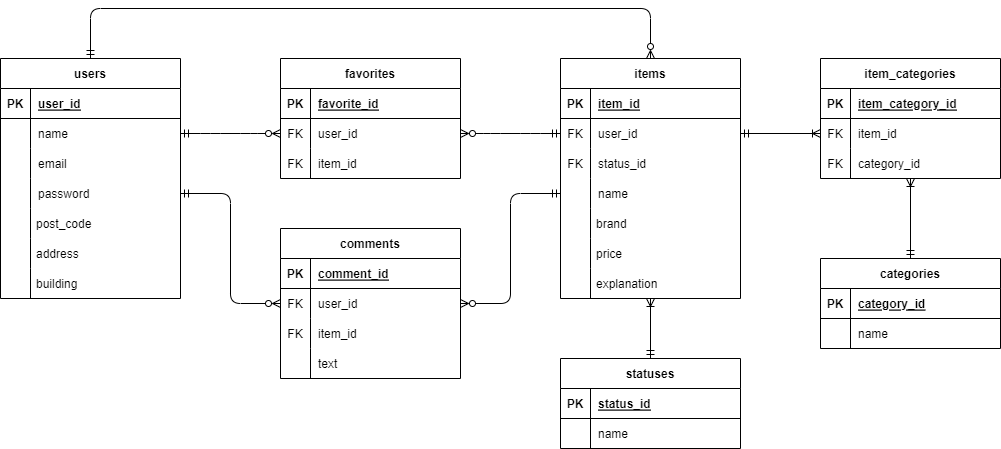
Above: market/market.drawio.png in nakagawa1573/images (draw.io), before the change. Source tidied: cells renumbered, new cells last; positions are measured from the earlier drawing's top-left corner, leaving out a move shared by most shapes.
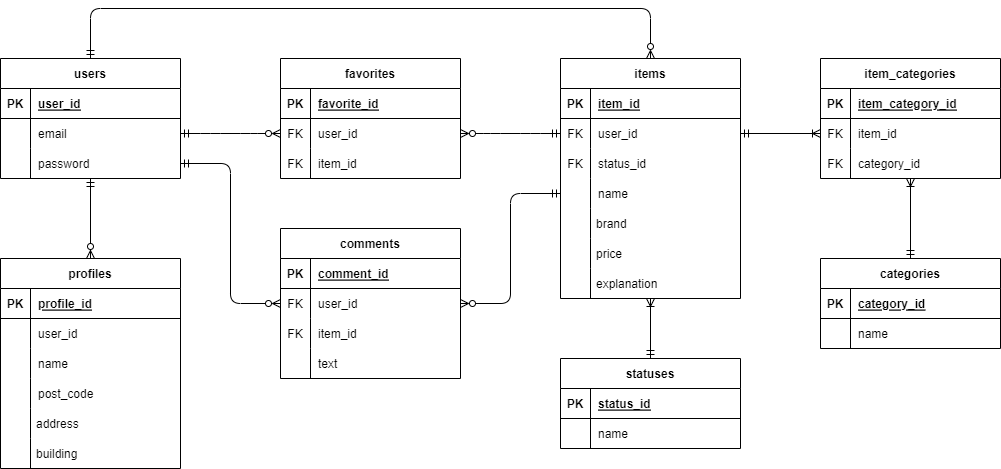
After the commit.

Diff of the diagram source:
```diff
@@ -3,13 +3,13 @@
     <mxCell id="0" />
     <mxCell id="1" parent="0" />
     <mxCell id="2" style="group;" parent="1" vertex="1">
-      <mxGeometry y="50" width="180" height="260" as="geometry" />
+      <mxGeometry y="50" width="180" height="120" as="geometry" />
     </mxCell>
     <mxCell id="3" style="group;" parent="2" vertex="1">
-      <mxGeometry width="180" height="260" as="geometry" />
+      <mxGeometry width="180" height="120" as="geometry" />
     </mxCell>
     <mxCell id="4" value="users" style="shape=table;startSize=30;rowLines=0;fontStyle=1;align=center;" parent="3" vertex="1">
-      <mxGeometry width="180" height="240" as="geometry" />
+      <mxGeometry width="180" height="120" as="geometry" />
     </mxCell>
     <mxCell id="5" style="shape=tableRow;horizontal=0;startSize=0;swimlaneHead=0;swimlaneBody=0;fillColor=none;top=0;left=0;right=0;bottom=1;" parent="4" vertex="1">
       <mxGeometry y="30" width="180" height="30" as="geometry" />
@@ -20,17 +20,8 @@
     <mxCell id="7" value="user_id" style="shape=partialRectangle;fillColor=none;top=0;left=0;bottom=0;right=0;align=left;spacingLeft=6;fontStyle=5;overflow=hidden;" parent="5" vertex="1">
       <mxGeometry x="30" width="150" height="30" as="geometry" />
     </mxCell>
-    <mxCell id="8" style="shape=tableRow;horizontal=0;startSize=0;swimlaneHead=0;swimlaneBody=0;fillColor=none;points=[[0,0.5],[1,0.5]];portConstraint=eastwest;top=0;left=0;right=0;bottom=0;" parent="4" vertex="1">
-      <mxGeometry y="60" width="180" height="30" as="geometry" />
-    </mxCell>
-    <mxCell id="9" style="shape=partialRectangle;fillColor=none;top=0;left=0;bottom=0;right=0;overflow=hidden;" parent="8" vertex="1">
-      <mxGeometry width="30" height="30" as="geometry" />
-    </mxCell>
-    <mxCell id="10" value="name" style="shape=partialRectangle;fillColor=none;top=0;left=0;bottom=0;right=0;align=left;spacingLeft=6;overflow=hidden;" parent="8" vertex="1">
-      <mxGeometry x="30" width="150" height="30" as="geometry" />
-    </mxCell>
     <mxCell id="11" style="shape=tableRow;horizontal=0;startSize=0;swimlaneHead=0;swimlaneBody=0;fillColor=none;top=0;left=0;right=0;bottom=0;" parent="4" vertex="1">
-      <mxGeometry y="90" width="180" height="30" as="geometry" />
+      <mxGeometry y="60" width="180" height="30" as="geometry" />
     </mxCell>
     <mxCell id="12" style="shape=partialRectangle;fillColor=none;top=0;left=0;bottom=0;right=0;overflow=hidden;" parent="11" vertex="1">
       <mxGeometry width="30" height="30" as="geometry" />
@@ -39,7 +30,7 @@
       <mxGeometry x="30" width="150" height="30" as="geometry" />
     </mxCell>
     <mxCell id="14" style="shape=tableRow;horizontal=0;startSize=0;swimlaneHead=0;swimlaneBody=0;fillColor=none;points=[[0,0.5],[1,0.5]];portConstraint=eastwest;top=0;left=0;right=0;bottom=0;" parent="4" vertex="1">
-      <mxGeometry y="120" width="180" height="30" as="geometry" />
+      <mxGeometry y="90" width="180" height="30" as="geometry" />
     </mxCell>
     <mxCell id="15" style="shape=partialRectangle;fillColor=none;top=0;left=0;bottom=0;right=0;overflow=hidden;" parent="14" vertex="1">
       <mxGeometry width="30" height="30" as="geometry" />
@@ -47,24 +38,6 @@
     <mxCell id="16" value="password" style="shape=partialRectangle;fillColor=none;top=0;left=0;bottom=0;right=0;align=left;spacingLeft=6;overflow=hidden;" parent="14" vertex="1">
       <mxGeometry x="30" width="150" height="30" as="geometry" />
     </mxCell>
-    <mxCell id="17" value="post_code" style="shape=partialRectangle;fillColor=none;align=left;verticalAlign=middle;strokeColor=none;spacingLeft=34;" parent="3" vertex="1">
-      <mxGeometry y="150" width="180" height="30" as="geometry" />
-    </mxCell>
-    <mxCell id="18" style="shape=partialRectangle;top=0;left=0;bottom=0;fillColor=none;stokeWidth=1;align=left;verticalAlign=middle;spacingLeft=4;spacingRight=4;overflow=hidden;" parent="17" vertex="1">
-      <mxGeometry width="30" height="30" as="geometry" />
-    </mxCell>
-    <mxCell id="19" value="address" style="shape=partialRectangle;fillColor=none;align=left;verticalAlign=middle;strokeColor=none;spacingLeft=34;" parent="3" vertex="1">
-      <mxGeometry y="180" width="180" height="30" as="geometry" />
-    </mxCell>
-    <mxCell id="20" style="shape=partialRectangle;top=0;left=0;bottom=0;fillColor=none;stokeWidth=1;align=left;verticalAlign=middle;spacingLeft=4;spacingRight=4;overflow=hidden;" parent="19" vertex="1">
-      <mxGeometry width="30" height="30" as="geometry" />
-    </mxCell>
-    <mxCell id="21" value="building" style="shape=partialRectangle;fillColor=none;align=left;verticalAlign=middle;strokeColor=none;spacingLeft=34;" parent="3" vertex="1">
-      <mxGeometry y="210" width="180" height="30" as="geometry" />
-    </mxCell>
-    <mxCell id="22" style="shape=partialRectangle;top=0;left=0;bottom=0;fillColor=none;stokeWidth=1;align=left;verticalAlign=middle;spacingLeft=4;spacingRight=4;overflow=hidden;" parent="21" vertex="1">
-      <mxGeometry width="30" height="30" as="geometry" />
-    </mxCell>
     <mxCell id="23" style="group;" parent="1" vertex="1">
       <mxGeometry x="560" y="50" width="180" height="240" as="geometry" />
     </mxCell>
@@ -253,8 +226,10 @@
         </Array>
       </mxGeometry>
     </mxCell>
-    <mxCell id="84" style="edgeStyle=entityRelationEdgeStyle;fontSize=12;html=1;endArrow=ERzeroToMany;endFill=0;exitX=1;exitY=0.5;exitDx=0;exitDy=0;entryX=0;entryY=0.5;entryDx=0;entryDy=0;startArrow=ERmandOne;startFill=0;" parent="1" edge="1" source="8" target="64">
-      <mxGeometry relative="1" as="geometry" />
+    <mxCell id="84" style="edgeStyle=entityRelationEdgeStyle;fontSize=12;html=1;endArrow=ERzeroToMany;endFill=0;exitX=1;exitY=0.5;exitDx=0;exitDy=0;entryX=0;entryY=0.5;entryDx=0;entryDy=0;startArrow=ERmandOne;startFill=0;" parent="1" edge="1" target="64">
+      <mxGeometry relative="1" as="geometry">
+        <mxPoint x="180" y="125" as="sourcePoint" />
+      </mxGeometry>
     </mxCell>
     <mxCell id="85" style="edgeStyle=entityRelationEdgeStyle;fontSize=12;html=1;endArrow=ERzeroToMany;endFill=0;entryX=1;entryY=0.5;entryDx=0;entryDy=0;exitX=0;exitY=0.5;exitDx=0;exitDy=0;startArrow=ERmandOne;startFill=0;" parent="1" edge="1" source="28" target="64">
       <mxGeometry relative="1" as="geometry" />
@@ -262,7 +237,7 @@
     <mxCell id="86" style="fontSize=12;html=1;endArrow=ERzeroToMany;endFill=0;exitX=1;exitY=0.5;exitDx=0;exitDy=0;entryX=0;entryY=0.5;entryDx=0;entryDy=0;startArrow=ERmandOne;startFill=0;" parent="1" edge="1" source="14" target="74">
       <mxGeometry relative="1" as="geometry">
         <Array as="points">
-          <mxPoint x="230" y="185" />
+          <mxPoint x="230" y="155" />
           <mxPoint x="230" y="295" />
         </Array>
       </mxGeometry>
@@ -305,5 +280,64 @@
     <mxCell id="97" style="fontSize=12;html=1;endArrow=ERoneToMany;endFill=0;exitX=0.5;exitY=0;exitDx=0;exitDy=0;startArrow=ERmandOne;startFill=0;" parent="1" edge="1" source="90" target="39">
       <mxGeometry relative="1" as="geometry" />
     </mxCell>
+    <mxCell id="98" style="group;" parent="1" vertex="1">
+      <mxGeometry y="250" width="180" height="210" as="geometry" />
+    </mxCell>
+    <mxCell id="99" value="profiles" style="shape=table;startSize=30;rowLines=0;fontStyle=1;align=center;" parent="98" vertex="1">
+      <mxGeometry width="180" height="210" as="geometry" />
+    </mxCell>
+    <mxCell id="100" style="shape=tableRow;horizontal=0;startSize=0;swimlaneHead=0;swimlaneBody=0;fillColor=none;top=0;left=0;right=0;bottom=1;" parent="99" vertex="1">
+      <mxGeometry y="30" width="180" height="30" as="geometry" />
+    </mxCell>
+    <mxCell id="101" value="PK" style="shape=partialRectangle;fillColor=none;top=0;left=0;bottom=0;right=0;fontStyle=1;overflow=hidden;" parent="100" vertex="1">
+      <mxGeometry width="30" height="30" as="geometry" />
+    </mxCell>
+    <mxCell id="102" value="profile_id" style="shape=partialRectangle;fillColor=none;top=0;left=0;bottom=0;right=0;align=left;spacingLeft=6;fontStyle=5;overflow=hidden;" parent="100" vertex="1">
+      <mxGeometry x="30" width="150" height="30" as="geometry" />
+    </mxCell>
+    <mxCell id="8" style="shape=tableRow;horizontal=0;startSize=0;swimlaneHead=0;swimlaneBody=0;fillColor=none;points=[[0,0.5],[1,0.5]];portConstraint=eastwest;top=0;left=0;right=0;bottom=0;" parent="99" vertex="1">
+      <mxGeometry y="60" width="180" height="30" as="geometry" />
+    </mxCell>
+    <mxCell id="103" style="shape=partialRectangle;fillColor=none;top=0;left=0;bottom=0;right=0;overflow=hidden;" parent="8" vertex="1">
+      <mxGeometry width="30" height="30" as="geometry" />
+    </mxCell>
+    <mxCell id="104" value="user_id" style="shape=partialRectangle;fillColor=none;top=0;left=0;bottom=0;right=0;align=left;spacingLeft=6;overflow=hidden;" parent="8" vertex="1">
+      <mxGeometry x="30" width="150" height="30" as="geometry" />
+    </mxCell>
+    <mxCell id="105" style="shape=tableRow;horizontal=0;startSize=0;swimlaneHead=0;swimlaneBody=0;fillColor=none;top=0;left=0;right=0;bottom=0;" parent="99" vertex="1">
+      <mxGeometry y="90" width="180" height="30" as="geometry" />
+    </mxCell>
+    <mxCell id="106" style="shape=partialRectangle;fillColor=none;top=0;left=0;bottom=0;right=0;overflow=hidden;" parent="105" vertex="1">
+      <mxGeometry width="30" height="30" as="geometry" />
+    </mxCell>
+    <mxCell id="10" value="name" style="shape=partialRectangle;fillColor=none;top=0;left=0;bottom=0;right=0;align=left;spacingLeft=6;overflow=hidden;" parent="105" vertex="1">
+      <mxGeometry x="30" width="150" height="30" as="geometry" />
+    </mxCell>
+    <mxCell id="107" style="shape=tableRow;horizontal=0;startSize=0;swimlaneHead=0;swimlaneBody=0;fillColor=none;top=0;left=0;right=0;bottom=0;" parent="99" vertex="1">
+      <mxGeometry y="120" width="180" height="30" as="geometry" />
+    </mxCell>
+    <mxCell id="108" style="shape=partialRectangle;fillColor=none;top=0;left=0;bottom=0;right=0;overflow=hidden;" parent="107" vertex="1">
+      <mxGeometry width="30" height="30" as="geometry" />
+    </mxCell>
+    <mxCell id="17" value="post_code" style="shape=partialRectangle;fillColor=none;top=0;left=0;bottom=0;right=0;align=left;spacingLeft=6;overflow=hidden;" parent="107" vertex="1">
+      <mxGeometry x="30" width="150" height="30" as="geometry" />
+    </mxCell>
+    <mxCell id="19" value="address" style="shape=partialRectangle;fillColor=none;align=left;verticalAlign=middle;strokeColor=none;spacingLeft=34;" parent="98" vertex="1">
+      <mxGeometry y="150" width="180" height="30" as="geometry" />
+    </mxCell>
+    <mxCell id="109" style="shape=partialRectangle;top=0;left=0;bottom=0;fillColor=none;stokeWidth=1;align=left;verticalAlign=middle;spacingLeft=4;spacingRight=4;overflow=hidden;" parent="19" vertex="1">
+      <mxGeometry width="30" height="30" as="geometry" />
+    </mxCell>
+    <mxCell id="21" value="building" style="shape=partialRectangle;fillColor=none;align=left;verticalAlign=middle;strokeColor=none;spacingLeft=34;" parent="98" vertex="1">
+      <mxGeometry y="180" width="180" height="30" as="geometry" />
+    </mxCell>
+    <mxCell id="22" style="shape=partialRectangle;top=0;left=0;bottom=0;fillColor=none;stokeWidth=1;align=left;verticalAlign=middle;spacingLeft=4;spacingRight=4;overflow=hidden;" parent="21" vertex="1">
+      <mxGeometry width="30" height="30" as="geometry" />
+    </mxCell>
+    <mxCell id="110" style="fontSize=12;html=1;endArrow=ERzeroToMany;endFill=1;entryX=0.5;entryY=0;entryDx=0;entryDy=0;startArrow=ERmandOne;startFill=0;" parent="1" edge="1" target="99">
+      <mxGeometry relative="1" as="geometry">
+        <mxPoint x="90" y="170" as="sourcePoint" />
+      </mxGeometry>
+    </mxCell>
   </root>
 </mxGraphModel>
```
